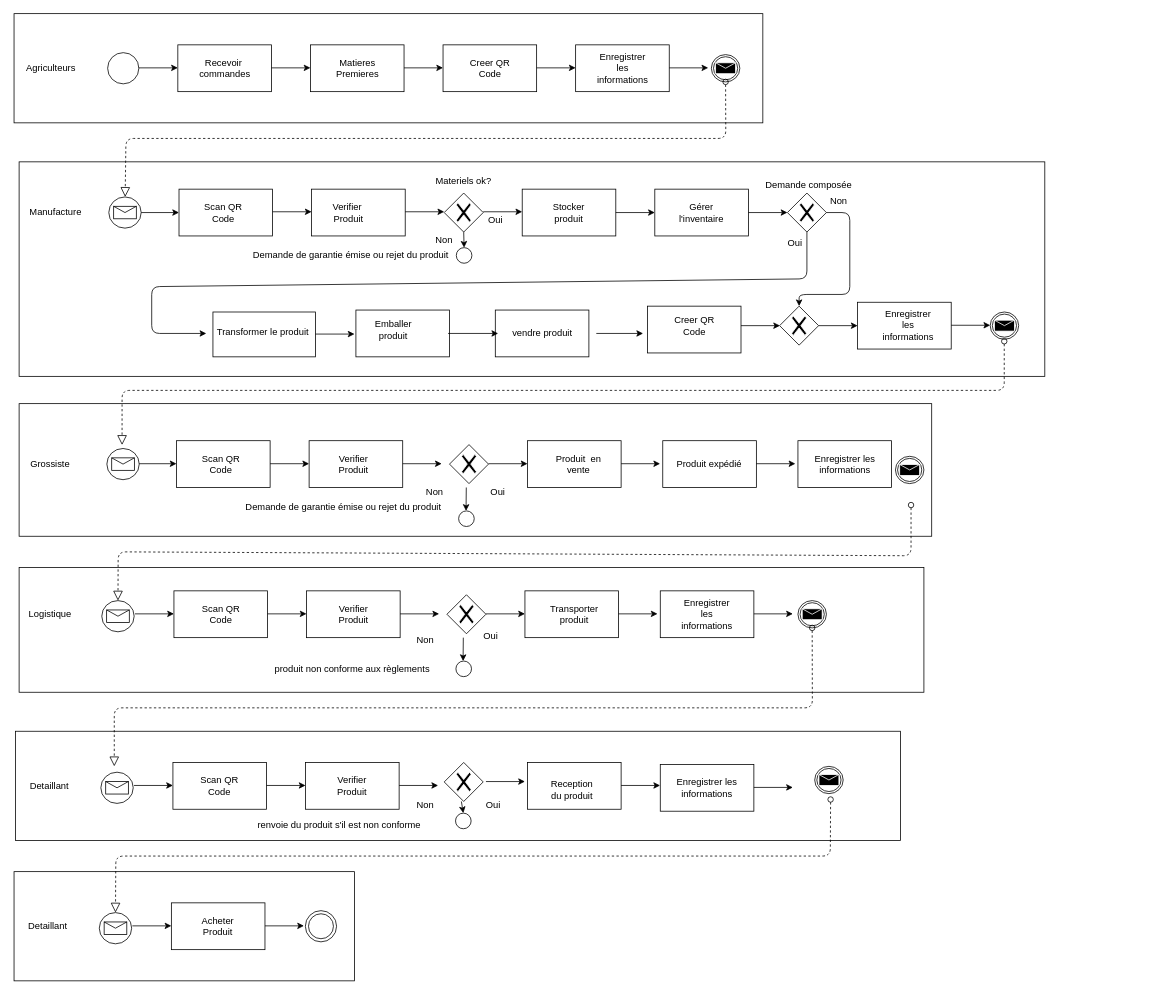
This is Untitled Diagram.drawio from loosker95/Diagramme-de-colaboration, a draw.io file, before an edit. Source tidied: cells renumbered, new cells numbered last; positions are measured from the earlier drawing's top-left corner, leaving out a move shared by most shapes. Both pictures are drawn from the tidied source at 78%, with x=0, y=0 at pixel (14, 13).
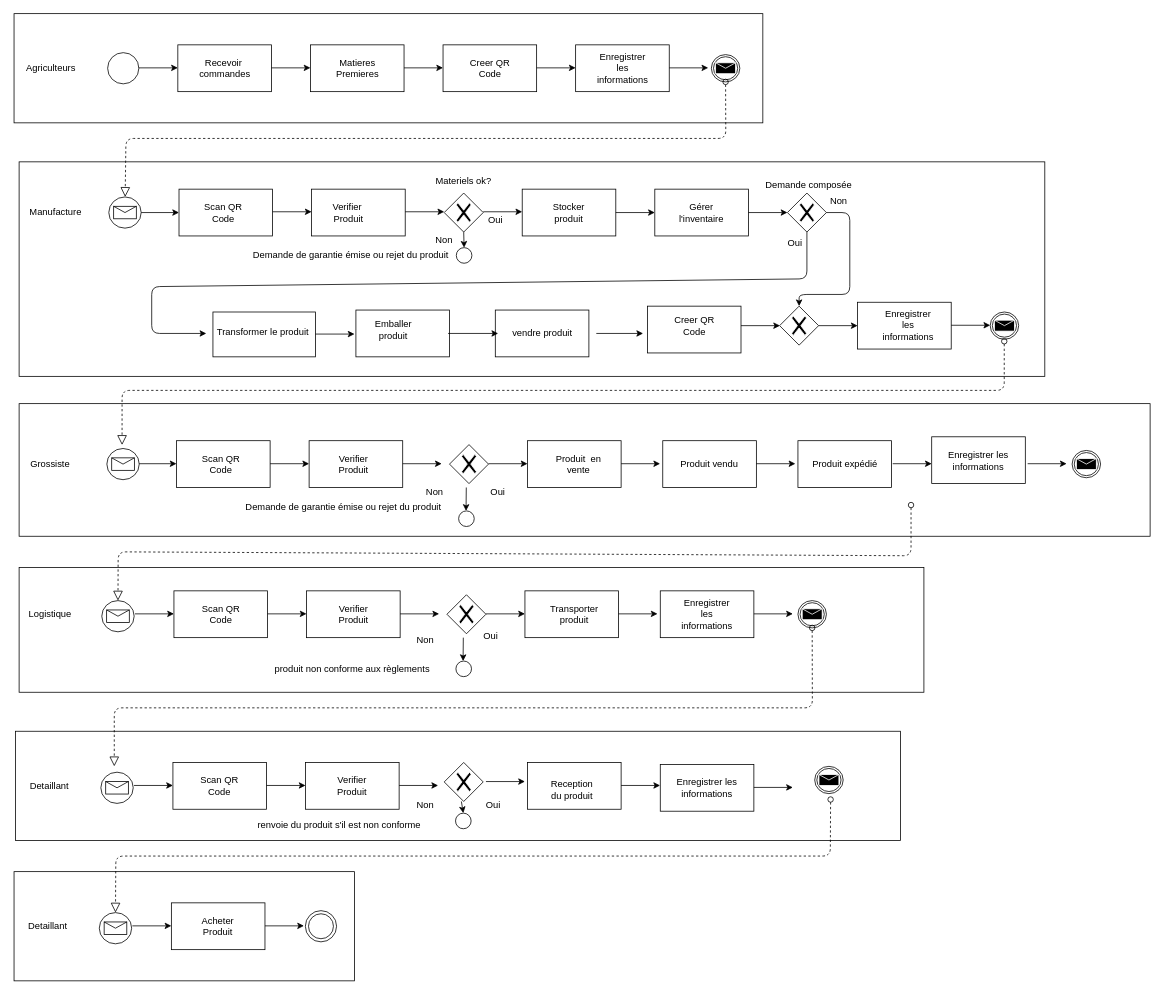
The same diagram, later.

Change to the diagram source:
```diff
@@
     <mxCell id="41" style="rounded=0;whiteSpace=wrap;html=1;" parent="1" vertex="1">
-      <mxGeometry x="6" y="500" width="1170" height="170" as="geometry" />
+      <mxGeometry x="6" y="500" width="1450" height="170" as="geometry" />
     </mxCell>
@@
-    <mxCell id="46" value="Produit expédié" style="rounded=0;whiteSpace=wrap;html=1;" parent="1" vertex="1">
+    <mxCell id="46" value="Produit vendu" style="rounded=0;whiteSpace=wrap;html=1;" parent="1" vertex="1">
       <mxGeometry x="831.2" y="547.5" width="120" height="60" as="geometry" />
     </mxCell>
     <mxCell id="47" style="shape=mxgraph.bpmn.shape;html=1;verticalLabelPosition=bottom;labelBackgroundColor=#ffffff;verticalAlign=top;align=center;perimeter=ellipsePerimeter;outline=throwing;symbol=message;" parent="1" vertex="1">
-      <mxGeometry x="1129.5" y="567.5" width="36.5" height="35" as="geometry" />
+      <mxGeometry x="1356" y="560" width="36.5" height="35" as="geometry" />
     </mxCell>
@@
     <mxCell id="142" value="&#10;&#10;&lt;span style=&quot;font-family: Helvetica; font-size: 12px; font-style: normal; font-variant-ligatures: normal; font-variant-caps: normal; font-weight: 400; letter-spacing: normal; orphans: 2; text-align: center; text-indent: 0px; text-transform: none; widows: 2; word-spacing: 0px; -webkit-text-stroke-width: 0px; text-decoration-style: initial; text-decoration-color: initial; float: none; display: inline !important;&quot;&gt;Enregistrer les informations&lt;/span&gt;&#10;&#10;" style="rounded=0;whiteSpace=wrap;html=1;" parent="1" vertex="1">
-      <mxGeometry x="1004.5" y="547.5" width="120" height="60" as="geometry" />
+      <mxGeometry x="1176" y="542.5" width="120" height="60" as="geometry" />
     </mxCell>
@@
+    <mxCell id="151" value="Produit expédié" style="rounded=0;whiteSpace=wrap;html=1;" parent="1" vertex="1">
+      <mxGeometry x="1004.5" y="547.5" width="120" height="60" as="geometry" />
+    </mxCell>
+    <mxCell id="152" style="endArrow=classic;html=1;entryX=0;entryY=0.5;entryDx=0;entryDy=0;" parent="1" edge="1">
+      <mxGeometry relative="1" as="geometry">
+        <mxPoint x="1126" y="577" as="sourcePoint" />
+        <mxPoint x="1176" y="577" as="targetPoint" />
+      </mxGeometry>
+    </mxCell>
+    <mxCell id="153" style="endArrow=classic;html=1;entryX=0;entryY=0.5;entryDx=0;entryDy=0;" parent="1" edge="1">
+      <mxGeometry relative="1" as="geometry">
+        <mxPoint x="1299" y="577" as="sourcePoint" />
+        <mxPoint x="1349" y="577" as="targetPoint" />
+      </mxGeometry>
+    </mxCell>
```
